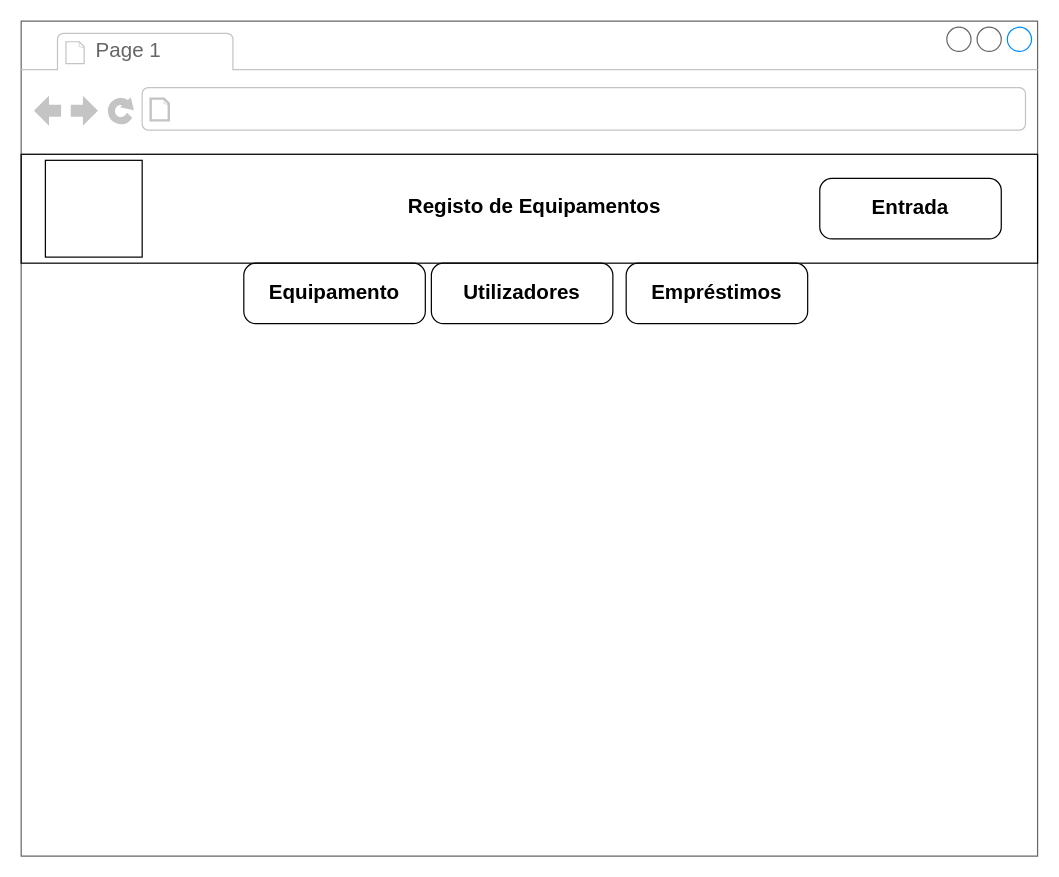
This is page "Ecrã Administrador" (3 of 9) of Desenho/Mockups/Completo.drawio from VicenteCAlves/ProjetoFinalPWA, a draw.io file, before an edit. Source tidied: cells renumbered, new cells numbered last; positions are measured from the earlier drawing's top-left corner, leaving out a move shared by most shapes. Both pictures are drawn from the tidied source at 121%, with x=0, y=0 at pixel (21, 21).
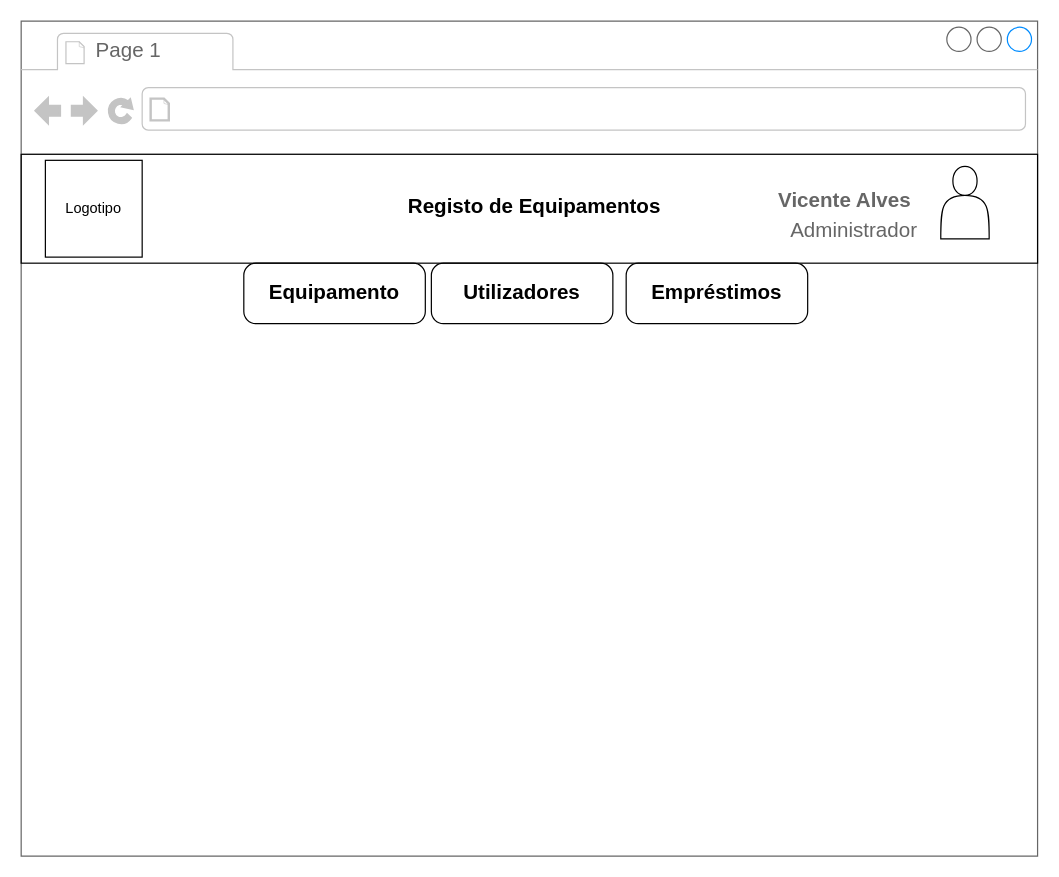
The same page after the edit.

Change to the diagram source:
```diff
@@
 <mxGraphModel>
   <root>
     <mxCell id="0" />
     <mxCell id="1" parent="0" />
     <mxCell id="2" style="strokeWidth=1;shadow=0;dashed=0;align=center;html=1;shape=mxgraph.mockup.containers.browserWindow;rSize=0;strokeColor=#666666;strokeColor2=#008cff;strokeColor3=#c4c4c4;mainText=,;" parent="1" vertex="1">
       <mxGeometry width="840" height="690" as="geometry" />
     </mxCell>
     <mxCell id="3" value="Page 1" style="strokeWidth=1;shadow=0;dashed=0;align=center;html=1;shape=mxgraph.mockup.containers.anchor;fontSize=17;fontColor=#666666;align=left;" parent="2" vertex="1">
       <mxGeometry x="60" y="12" width="110" height="26" as="geometry" />
     </mxCell>
     <mxCell id="4" style="strokeWidth=1;shadow=0;dashed=0;align=center;html=1;shape=mxgraph.mockup.containers.anchor;rSize=0;fontSize=17;fontColor=#666666;align=left;" parent="2" vertex="1">
       <mxGeometry x="130" y="60" width="250" height="26" as="geometry" />
     </mxCell>
     <mxCell id="5" style="rounded=0;whiteSpace=wrap;html=1;fillColor=none;" parent="2" vertex="1">
       <mxGeometry y="110" width="840" height="90" as="geometry" />
     </mxCell>
-    <mxCell id="6" style="whiteSpace=wrap;html=1;" parent="2" vertex="1">
+    <mxCell id="6" value="&lt;span&gt;Logotipo&lt;/span&gt;" style="whiteSpace=wrap;html=1;" parent="2" vertex="1">
       <mxGeometry x="20" y="115" width="80" height="80" as="geometry" />
     </mxCell>
-    <mxCell id="7" value="Entrada" style="strokeWidth=1;shadow=0;dashed=0;align=center;html=1;shape=mxgraph.mockup.buttons.button;mainText=;buttonStyle=round;fontSize=17;fontStyle=1;fillColor=none;whiteSpace=wrap;strokeColor=default;" parent="2" vertex="1">
-      <mxGeometry x="660" y="130" width="150" height="50" as="geometry" />
-    </mxCell>
     <mxCell id="8" value="Registo de Equipamentos" style="strokeWidth=1;shadow=0;dashed=0;align=center;html=1;shape=mxgraph.mockup.text.textBox;align=left;fontSize=17;spacingLeft=4;spacingTop=-3;mainText=;fillColor=none;fontStyle=1;strokeColor=none;" parent="2" vertex="1">
       <mxGeometry x="314" y="140" width="200" height="30" as="geometry" />
     </mxCell>
     <mxCell id="9" value="Equipamento" style="strokeWidth=1;shadow=0;dashed=0;align=center;html=1;shape=mxgraph.mockup.buttons.button;mainText=;buttonStyle=round;fontSize=17;fontStyle=1;fillColor=none;whiteSpace=wrap;" parent="2" vertex="1">
       <mxGeometry x="184" y="200" width="150" height="50" as="geometry" />
     </mxCell>
     <mxCell id="10" value="Utilizadores" style="strokeWidth=1;shadow=0;dashed=0;align=center;html=1;shape=mxgraph.mockup.buttons.button;mainText=;buttonStyle=round;fontSize=17;fontStyle=1;fillColor=none;whiteSpace=wrap;" parent="2" vertex="1">
       <mxGeometry x="339" y="200" width="150" height="50" as="geometry" />
     </mxCell>
     <mxCell id="11" value="Empréstimos" style="strokeWidth=1;shadow=0;dashed=0;align=center;html=1;shape=mxgraph.mockup.buttons.button;mainText=;buttonStyle=round;fontSize=17;fontStyle=1;fillColor=none;whiteSpace=wrap;" parent="2" vertex="1">
       <mxGeometry x="500" y="200" width="150" height="50" as="geometry" />
     </mxCell>
+    <mxCell id="12" value="Administrador" style="strokeWidth=1;shadow=0;dashed=0;align=center;html=1;shape=mxgraph.mockup.text.textBox;fontColor=#666666;align=left;fontSize=17;spacingLeft=4;spacingTop=-3;strokeColor=none;mainText=;" parent="2" vertex="1">
+      <mxGeometry x="630" y="160" width="150" height="30" as="geometry" />
+    </mxCell>
+    <mxCell id="13" style="shape=actor;whiteSpace=wrap;html=1;" parent="2" vertex="1">
+      <mxGeometry x="760" y="120" width="40" height="60" as="geometry" />
+    </mxCell>
+    <mxCell id="14" value="&lt;b&gt;Vicente Alves&lt;/b&gt;" style="strokeWidth=1;shadow=0;dashed=0;align=center;html=1;shape=mxgraph.mockup.text.textBox;fontColor=#666666;align=left;fontSize=17;spacingLeft=4;spacingTop=-3;strokeColor=none;mainText=;" parent="2" vertex="1">
+      <mxGeometry x="620" y="135" width="130" height="30" as="geometry" />
+    </mxCell>
   </root>
 </mxGraphModel>
```
